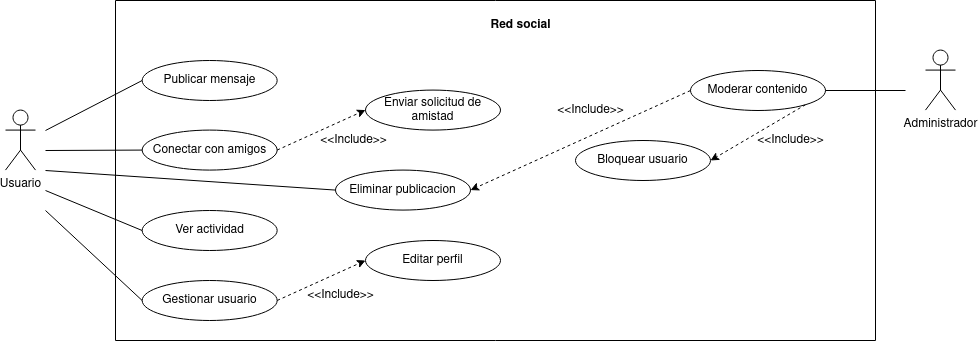
Chugani05-JesusLugo2002/LuminoDocs keeps this draw.io diagram as diagrams/use-case.png. Above is the earlier version. Source tidied: cells renumbered, new cells last; positions are measured from the earlier drawing's top-left corner, leaving out a move shared by most shapes.
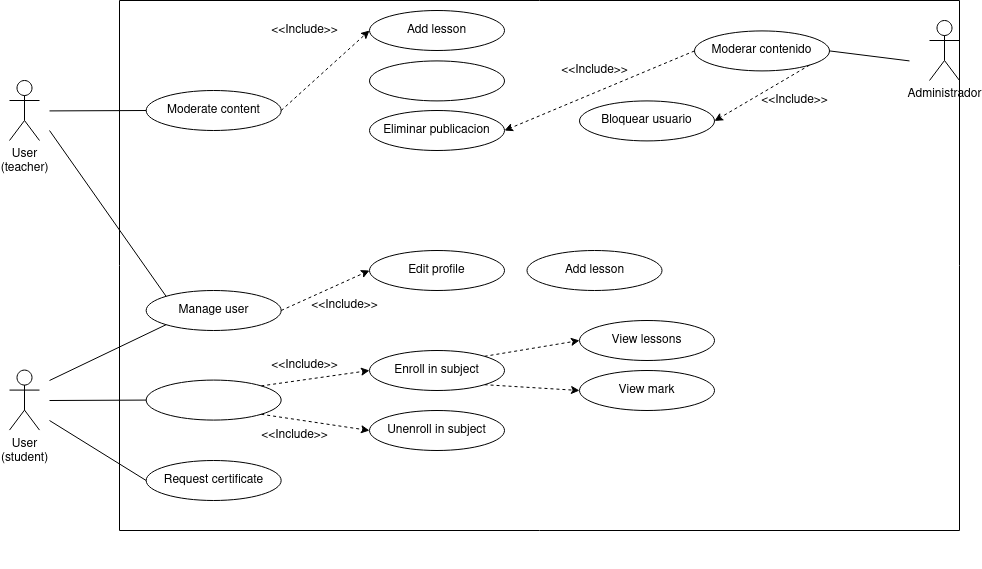
After the change.

Diff of the diagram source:
```diff
@@ -2,74 +2,58 @@
   <root>
     <mxCell id="0" />
     <mxCell id="1" parent="0" />
+    <mxCell id="3" style="swimlane;startSize=0;" parent="1" vertex="1">
+      <mxGeometry x="110" width="840" height="530" as="geometry" />
+    </mxCell>
-    <mxCell id="2" value="Administrador" style="shape=umlActor;verticalLabelPosition=bottom;verticalAlign=top;html=1;" parent="1" vertex="1">
-      <mxGeometry x="920" y="49.6" width="30" height="60" as="geometry" />
+    <mxCell id="2" value="Administrador" style="shape=umlActor;verticalLabelPosition=bottom;verticalAlign=top;html=1;" parent="3" vertex="1">
+      <mxGeometry x="810" y="20" width="30" height="60" as="geometry" />
     </mxCell>
-    <mxCell id="3" style="swimlane;startSize=0;" parent="1" vertex="1">
-      <mxGeometry x="110" width="760" height="340" as="geometry" />
-    </mxCell>
-    <mxCell id="4" value="&lt;b&gt;Red social&lt;br&gt;&lt;/b&gt;" style="text;html=1;align=center;verticalAlign=middle;strokeColor=none;fillColor=none;" parent="3" vertex="1">
-      <mxGeometry x="365" y="10" width="80" height="30" as="geometry" />
-    </mxCell>
     <mxCell id="5" value="Eliminar publicacion" style="ellipse;whiteSpace=wrap;html=1;" parent="3" vertex="1">
-      <mxGeometry x="220" y="169.6" width="135" height="40" as="geometry" />
+      <mxGeometry x="250" y="110" width="135" height="40" as="geometry" />
     </mxCell>
     <mxCell id="6" value="Moderar contenido" style="ellipse;whiteSpace=wrap;html=1;" parent="3" vertex="1">
-      <mxGeometry x="575" y="70" width="135" height="40" as="geometry" />
+      <mxGeometry x="575" y="30.4" width="135" height="40" as="geometry" />
     </mxCell>
-    <mxCell id="7" value="Publicar mensaje" style="ellipse;whiteSpace=wrap;html=1;" parent="3" vertex="1">
-      <mxGeometry x="26.7" y="60" width="135" height="40" as="geometry" />
+    <mxCell id="7" style="ellipse;whiteSpace=wrap;html=1;" parent="3" vertex="1">
+      <mxGeometry x="250" y="60.4" width="135" height="40" as="geometry" />
     </mxCell>
-    <mxCell id="8" value="Conectar con amigos" style="ellipse;whiteSpace=wrap;html=1;" parent="3" vertex="1">
-      <mxGeometry x="26.7" y="129.6" width="135" height="40" as="geometry" />
+    <mxCell id="8" value="Moderate content" style="ellipse;whiteSpace=wrap;html=1;" parent="3" vertex="1">
+      <mxGeometry x="26.7" y="90" width="135" height="40" as="geometry" />
     </mxCell>
-    <mxCell id="9" value="Ver actividad" style="ellipse;whiteSpace=wrap;html=1;" parent="3" vertex="1">
-      <mxGeometry x="26.7" y="210" width="135" height="40" as="geometry" />
-    </mxCell>
     <mxCell id="10" style="edgeStyle=orthogonalEdgeStyle;rounded=0;orthogonalLoop=1;jettySize=auto;html=1;exitX=0.5;exitY=1;exitDx=0;exitDy=0;" parent="3" edge="1">
       <mxGeometry relative="1" as="geometry">
-        <mxPoint x="176.7" y="309.6" as="sourcePoint" />
-        <mxPoint x="176.7" y="309.6" as="targetPoint" />
+        <mxPoint x="176.7" y="289.6" as="sourcePoint" />
+        <mxPoint x="176.7" y="289.6" as="targetPoint" />
       </mxGeometry>
     </mxCell>
-    <mxCell id="11" style="endArrow=none;html=1;rounded=0;entryX=0;entryY=0.5;entryDx=0;entryDy=0;" parent="3" edge="1" target="7">
-      <mxGeometry relative="1" as="geometry">
-        <mxPoint x="-70" y="130" as="sourcePoint" />
-      </mxGeometry>
-    </mxCell>
     <mxCell id="12" style="endArrow=none;html=1;rounded=0;entryX=0;entryY=0.5;entryDx=0;entryDy=0;" parent="3" edge="1" target="8">
       <mxGeometry relative="1" as="geometry">
-        <mxPoint x="-70" y="150" as="sourcePoint" />
+        <mxPoint x="-70" y="110.4" as="sourcePoint" />
       </mxGeometry>
     </mxCell>
-    <mxCell id="13" style="endArrow=none;html=1;rounded=0;entryX=0;entryY=0.5;entryDx=0;entryDy=0;" parent="3" edge="1" target="5">
-      <mxGeometry relative="1" as="geometry">
-        <mxPoint x="-70" y="170" as="sourcePoint" />
-      </mxGeometry>
-    </mxCell>
-    <mxCell id="14" value="Gestionar usuario" style="ellipse;whiteSpace=wrap;html=1;" parent="3" vertex="1">
-      <mxGeometry x="26.7" y="280" width="135" height="40" as="geometry" />
+    <mxCell id="14" value="Manage user" style="ellipse;whiteSpace=wrap;html=1;" parent="3" vertex="1">
+      <mxGeometry x="26.7" y="290" width="135" height="40" as="geometry" />
     </mxCell>
-    <mxCell id="15" value="Enviar solicitud de amistad" style="ellipse;whiteSpace=wrap;html=1;" parent="3" vertex="1">
-      <mxGeometry x="250" y="89.6" width="135" height="40" as="geometry" />
+    <mxCell id="15" value="Add lesson" style="ellipse;whiteSpace=wrap;html=1;" parent="3" vertex="1">
+      <mxGeometry x="250" y="10" width="135" height="40" as="geometry" />
     </mxCell>
     <mxCell id="16" style="endArrow=classic;dashed=1;html=1;rounded=0;exitX=1;exitY=0.5;exitDx=0;exitDy=0;entryX=0;entryY=0.5;entryDx=0;entryDy=0;endFill=1;" parent="3" edge="1" source="8" target="15">
       <mxGeometry relative="1" as="geometry" />
     </mxCell>
     <mxCell id="17" value="&amp;lt;&amp;lt;Include&amp;gt;&amp;gt;" style="text;html=1;align=center;verticalAlign=middle;strokeColor=none;fillColor=none;" parent="3" vertex="1">
-      <mxGeometry x="193" y="125" width="90" height="30" as="geometry" />
+      <mxGeometry x="140" y="15" width="90" height="30" as="geometry" />
     </mxCell>
-    <mxCell id="18" value="Editar perfil" style="ellipse;whiteSpace=wrap;html=1;" parent="3" vertex="1">
-      <mxGeometry x="250" y="240" width="135" height="40" as="geometry" />
+    <mxCell id="18" value="Edit profile" style="ellipse;whiteSpace=wrap;html=1;" parent="3" vertex="1">
+      <mxGeometry x="250" y="250" width="135" height="40" as="geometry" />
     </mxCell>
     <mxCell id="19" style="endArrow=classic;dashed=1;html=1;rounded=0;exitX=1;exitY=0.5;exitDx=0;exitDy=0;entryX=0;entryY=0.5;entryDx=0;entryDy=0;endFill=1;" parent="3" edge="1" source="14" target="18">
       <mxGeometry relative="1" as="geometry" />
     </mxCell>
     <mxCell id="20" value="&amp;lt;&amp;lt;Include&amp;gt;&amp;gt;" style="text;html=1;align=center;verticalAlign=middle;strokeColor=none;fillColor=none;" parent="3" vertex="1">
-      <mxGeometry x="180" y="280" width="90" height="30" as="geometry" />
+      <mxGeometry x="180" y="290" width="90" height="30" as="geometry" />
     </mxCell>
     <mxCell id="21" value="Bloquear usuario" style="ellipse;whiteSpace=wrap;html=1;" parent="3" vertex="1">
-      <mxGeometry x="460" y="140" width="135" height="40" as="geometry" />
+      <mxGeometry x="460" y="100.4" width="135" height="40" as="geometry" />
     </mxCell>
     <mxCell id="22" style="endArrow=classic;dashed=1;html=1;rounded=0;exitX=1;exitY=1;exitDx=0;exitDy=0;entryX=1;entryY=0.5;entryDx=0;entryDy=0;endFill=1;" parent="3" edge="1" source="6" target="21">
       <mxGeometry relative="1" as="geometry" />
@@ -78,28 +62,86 @@
       <mxGeometry relative="1" as="geometry" />
     </mxCell>
     <mxCell id="24" value="&amp;lt;&amp;lt;Include&amp;gt;&amp;gt;" style="text;html=1;align=center;verticalAlign=middle;strokeColor=none;fillColor=none;" parent="3" vertex="1">
-      <mxGeometry x="430" y="94.6" width="90" height="30" as="geometry" />
+      <mxGeometry x="430" y="55" width="90" height="30" as="geometry" />
     </mxCell>
     <mxCell id="25" value="&amp;lt;&amp;lt;Include&amp;gt;&amp;gt;" style="text;html=1;align=center;verticalAlign=middle;strokeColor=none;fillColor=none;" parent="3" vertex="1">
-      <mxGeometry x="630" y="124.6" width="90" height="30" as="geometry" />
+      <mxGeometry x="630" y="85" width="90" height="30" as="geometry" />
     </mxCell>
-    <mxCell id="26" style="endArrow=none;html=1;rounded=0;exitX=1;exitY=0.5;exitDx=0;exitDy=0;" parent="1" edge="1" source="6">
+    <mxCell id="26" style="endArrow=none;html=1;rounded=0;exitX=1;exitY=0.5;exitDx=0;exitDy=0;" parent="3" edge="1" source="6">
       <mxGeometry relative="1" as="geometry">
-        <mxPoint x="900" y="90" as="targetPoint" />
+        <mxPoint x="790" y="60.4" as="targetPoint" />
       </mxGeometry>
     </mxCell>
-    <mxCell id="27" value="Usuario" style="shape=umlActor;verticalLabelPosition=bottom;verticalAlign=top;html=1;fontStyle=0;" parent="1" vertex="1">
-      <mxGeometry y="109.6" width="30" height="60" as="geometry" />
+    <mxCell id="27" value="&lt;div&gt;User&lt;/div&gt;&lt;div&gt;(teacher)&lt;/div&gt;" style="shape=umlActor;verticalLabelPosition=bottom;verticalAlign=top;html=1;fontStyle=0;" parent="3" vertex="1">
+      <mxGeometry x="-110" y="80" width="30" height="60" as="geometry" />
     </mxCell>
-    <mxCell id="28" style="endArrow=none;html=1;rounded=0;entryX=0;entryY=0.5;entryDx=0;entryDy=0;" parent="1" edge="1" target="9">
-      <mxGeometry relative="1" as="geometry">
-        <mxPoint x="40" y="190" as="sourcePoint" />
-      </mxGeometry>
-    </mxCell>
-    <mxCell id="29" style="endArrow=none;html=1;rounded=0;entryX=0;entryY=0.5;entryDx=0;entryDy=0;" parent="1" edge="1" target="14">
+    <mxCell id="29" style="endArrow=none;html=1;rounded=0;entryX=0;entryY=0;entryDx=0;entryDy=0;" parent="3" edge="1" target="14">
       <mxGeometry relative="1" as="geometry">
-        <mxPoint x="40" y="210" as="sourcePoint" />
+        <mxPoint x="-70" y="130" as="sourcePoint" />
       </mxGeometry>
     </mxCell>
+    <mxCell id="30" value="View lessons" style="ellipse;whiteSpace=wrap;html=1;" parent="3" vertex="1">
+      <mxGeometry x="460" y="320" width="135" height="40" as="geometry" />
+    </mxCell>
+    <mxCell id="31" style="ellipse;whiteSpace=wrap;html=1;" parent="3" vertex="1">
+      <mxGeometry x="26.7" y="379.6" width="135" height="40" as="geometry" />
+    </mxCell>
+    <mxCell id="32" style="edgeStyle=orthogonalEdgeStyle;rounded=0;orthogonalLoop=1;jettySize=auto;html=1;exitX=0.5;exitY=1;exitDx=0;exitDy=0;" parent="3" edge="1">
+      <mxGeometry relative="1" as="geometry">
+        <mxPoint x="176.7" y="559.6" as="sourcePoint" />
+        <mxPoint x="176.7" y="559.6" as="targetPoint" />
+      </mxGeometry>
+    </mxCell>
+    <mxCell id="33" style="endArrow=none;html=1;rounded=0;entryX=0;entryY=1;entryDx=0;entryDy=0;" parent="3" edge="1" target="14">
+      <mxGeometry relative="1" as="geometry">
+        <mxPoint x="-70" y="380" as="sourcePoint" />
+      </mxGeometry>
+    </mxCell>
+    <mxCell id="34" style="endArrow=none;html=1;rounded=0;entryX=0;entryY=0.5;entryDx=0;entryDy=0;" parent="3" edge="1" target="31">
+      <mxGeometry relative="1" as="geometry">
+        <mxPoint x="-70" y="400" as="sourcePoint" />
+      </mxGeometry>
+    </mxCell>
+    <mxCell id="35" value="Request certificate" style="ellipse;whiteSpace=wrap;html=1;" parent="3" vertex="1">
+      <mxGeometry x="26.7" y="460" width="135" height="40" as="geometry" />
+    </mxCell>
+    <mxCell id="36" value="Enroll in subject" style="ellipse;whiteSpace=wrap;html=1;" parent="3" vertex="1">
+      <mxGeometry x="250" y="350" width="135" height="40" as="geometry" />
+    </mxCell>
+    <mxCell id="37" style="endArrow=classic;dashed=1;html=1;rounded=0;exitX=1;exitY=0;exitDx=0;exitDy=0;entryX=0;entryY=0.5;entryDx=0;entryDy=0;endFill=1;" parent="3" edge="1" source="31" target="36">
+      <mxGeometry relative="1" as="geometry" />
+    </mxCell>
+    <mxCell id="38" value="&amp;lt;&amp;lt;Include&amp;gt;&amp;gt;" style="text;html=1;align=center;verticalAlign=middle;strokeColor=none;fillColor=none;" parent="3" vertex="1">
+      <mxGeometry x="140" y="349.6" width="90" height="30" as="geometry" />
+    </mxCell>
+    <mxCell id="39" value="&lt;div&gt;User&lt;/div&gt;&lt;div&gt;(student)&lt;/div&gt;" style="shape=umlActor;verticalLabelPosition=bottom;verticalAlign=top;html=1;fontStyle=0;" parent="3" vertex="1">
+      <mxGeometry x="-110" y="369.6" width="30" height="60" as="geometry" />
+    </mxCell>
+    <mxCell id="40" style="endArrow=none;html=1;rounded=0;entryX=0;entryY=0.5;entryDx=0;entryDy=0;" parent="3" edge="1" target="35">
+      <mxGeometry relative="1" as="geometry">
+        <mxPoint x="-70" y="420" as="sourcePoint" />
+      </mxGeometry>
+    </mxCell>
+    <mxCell id="41" value="&lt;div&gt;Unenroll in subject&lt;/div&gt;" style="ellipse;whiteSpace=wrap;html=1;" parent="3" vertex="1">
+      <mxGeometry x="250" y="410" width="135" height="40" as="geometry" />
+    </mxCell>
+    <mxCell id="42" style="endArrow=classic;dashed=1;html=1;rounded=0;exitX=1;exitY=1;exitDx=0;exitDy=0;entryX=0;entryY=0.5;entryDx=0;entryDy=0;endFill=1;" parent="3" edge="1" source="31" target="41">
+      <mxGeometry relative="1" as="geometry" />
+    </mxCell>
+    <mxCell id="43" value="&amp;lt;&amp;lt;Include&amp;gt;&amp;gt;" style="text;html=1;align=center;verticalAlign=middle;strokeColor=none;fillColor=none;" parent="3" vertex="1">
+      <mxGeometry x="130" y="420" width="90" height="30" as="geometry" />
+    </mxCell>
+    <mxCell id="44" value="Add lesson" style="ellipse;whiteSpace=wrap;html=1;" parent="3" vertex="1">
+      <mxGeometry x="407.5" y="250" width="135" height="40" as="geometry" />
+    </mxCell>
+    <mxCell id="45" value="View mark" style="ellipse;whiteSpace=wrap;html=1;" parent="3" vertex="1">
+      <mxGeometry x="460" y="370" width="135" height="40" as="geometry" />
+    </mxCell>
+    <mxCell id="46" style="endArrow=classic;dashed=1;html=1;rounded=0;exitX=1;exitY=0;exitDx=0;exitDy=0;entryX=0;entryY=0.5;entryDx=0;entryDy=0;endFill=1;" parent="3" edge="1" source="36" target="30">
+      <mxGeometry relative="1" as="geometry" />
+    </mxCell>
+    <mxCell id="47" style="endArrow=classic;dashed=1;html=1;rounded=0;exitX=1;exitY=1;exitDx=0;exitDy=0;entryX=0;entryY=0.5;entryDx=0;entryDy=0;endFill=1;" parent="3" edge="1" source="36" target="45">
+      <mxGeometry relative="1" as="geometry" />
+    </mxCell>
   </root>
 </mxGraphModel>
```
